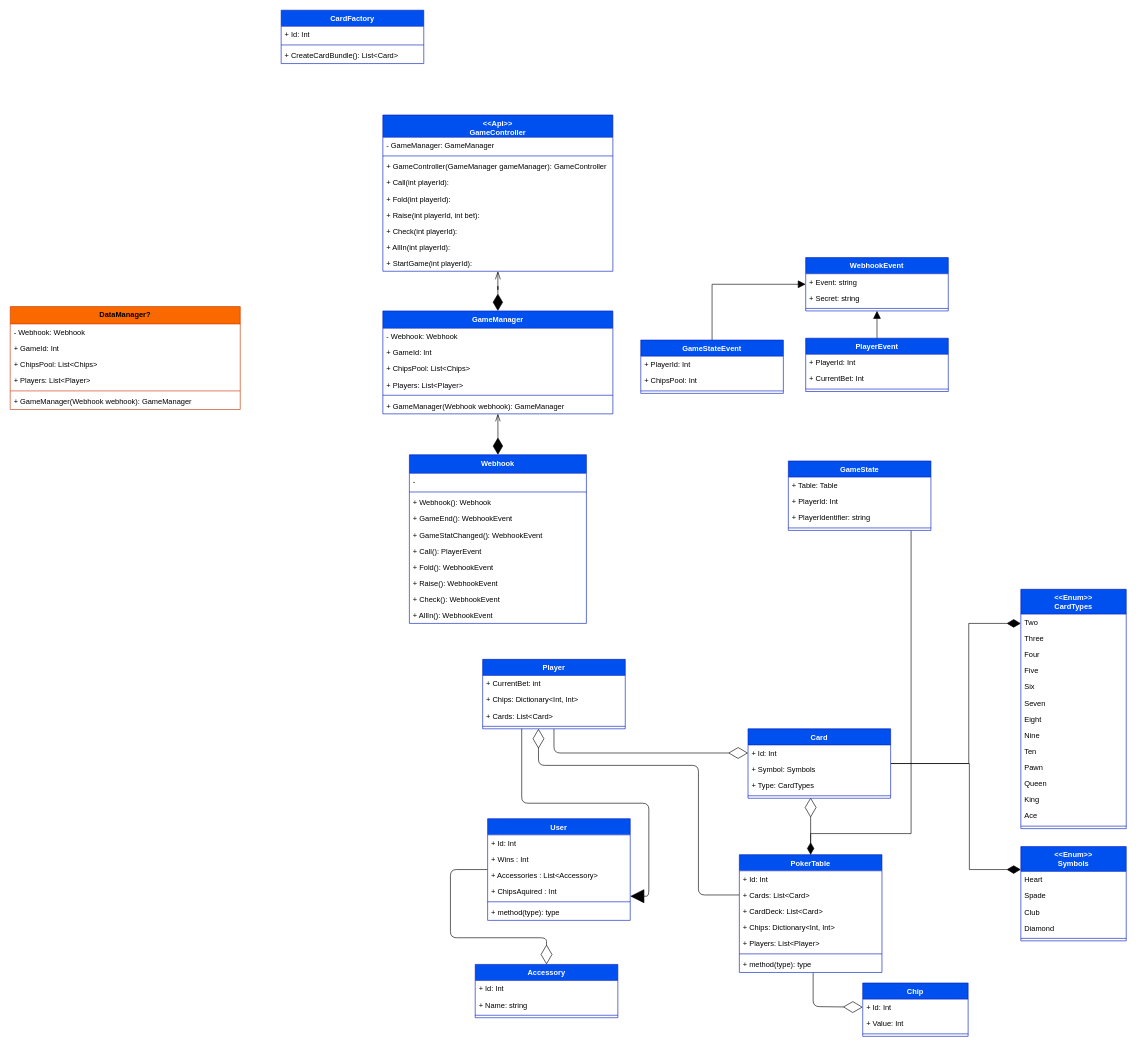
Before: ClassDiagram.drawio in KeanTech/PokerGameEngine, a draw.io diagram. Source tidied: cells renumbered, new cells numbered last; positions are measured from the earlier drawing's top-left corner, leaving out a move shared by most shapes. Both pictures are drawn from the tidied source at 62%, with x=0, y=0 at pixel (10, 10).
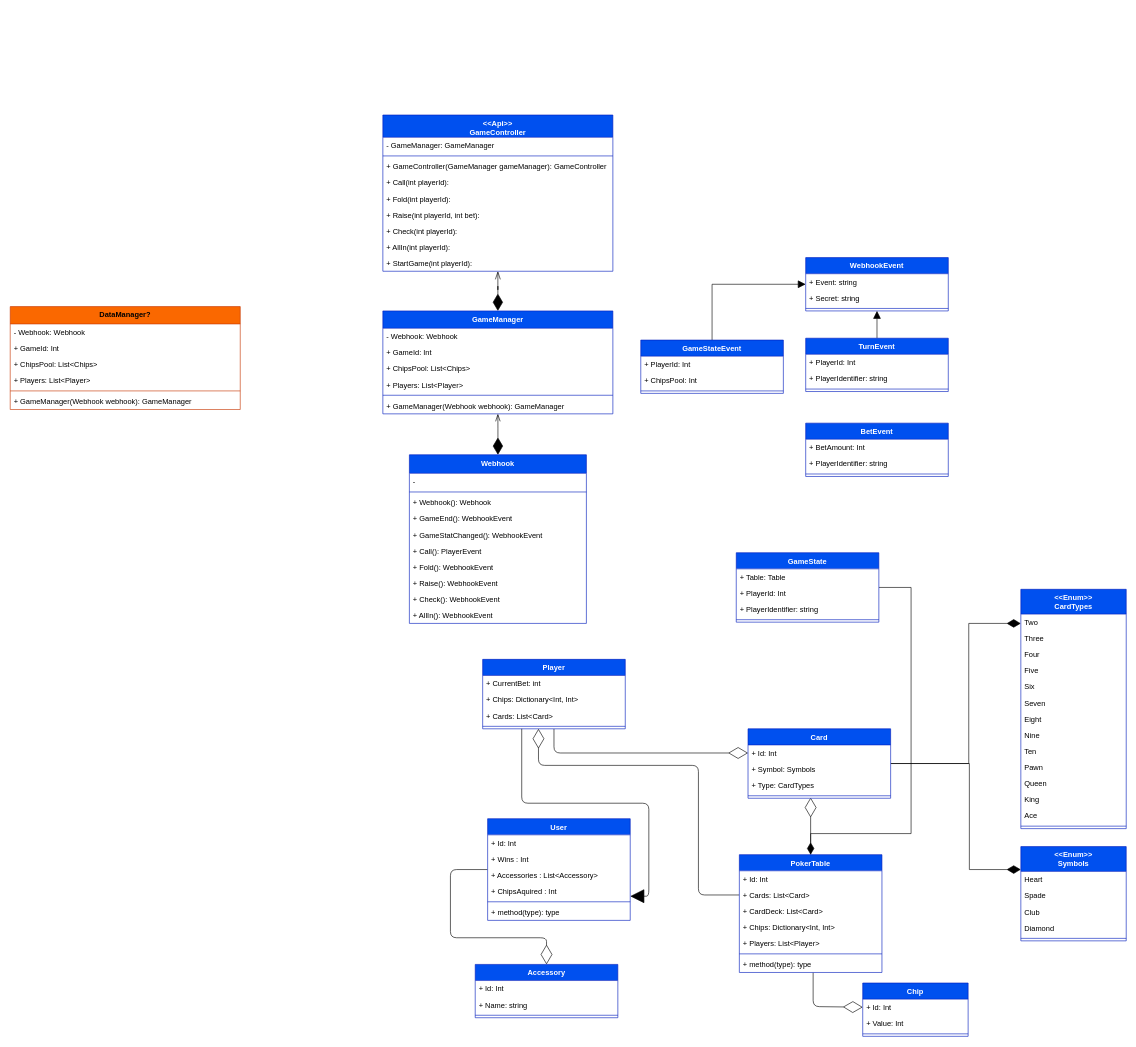
Above is the later version.

Commit message (it also covers changes not shown here):
Added TurnEvent class that BetEvent Inherits from

What changed in the source:
```diff
@@
-    <mxCell id="49" value="CardFactory" style="swimlane;fontStyle=1;align=center;verticalAlign=top;horizontal=1;startSize=26;fillColor=#0050ef;fontColor=#ffffff;strokeColor=#001DBC;swimlaneFillColor=default;rounded=0;" parent="1" vertex="1">
-      <mxGeometry x="437" width="230" height="86" as="geometry" />
-    </mxCell>
-    <mxCell id="50" value="+ Id: Int" style="text;strokeColor=none;fillColor=none;align=left;verticalAlign=top;spacingLeft=4;spacingRight=4;overflow=hidden;rounded=0;" parent="49" vertex="1">
-      <mxGeometry y="26" width="230" height="26" as="geometry" />
-    </mxCell>
-    <mxCell id="51" style="line;strokeWidth=1;fillColor=none;align=left;verticalAlign=middle;spacingTop=-1;spacingLeft=3;spacingRight=3;labelPosition=right;strokeColor=inherit;rounded=0;" parent="49" vertex="1">
-      <mxGeometry y="52" width="230" height="8" as="geometry" />
-    </mxCell>
-    <mxCell id="52" value="+ CreateCardBundle(): List&lt;Card&gt;" style="text;strokeColor=none;fillColor=none;align=left;verticalAlign=top;spacingLeft=4;spacingRight=4;overflow=hidden;rounded=0;" parent="49" vertex="1">
-      <mxGeometry y="60" width="230" height="26" as="geometry" />
-    </mxCell>
@@
-    <mxCell id="93" value="PlayerEvent" style="swimlane;fontStyle=1;align=center;verticalAlign=top;horizontal=1;startSize=26;fillColor=#0050ef;fontColor=#ffffff;strokeColor=#001DBC;swimlaneFillColor=default;rounded=0;" parent="1" vertex="1">
+    <mxCell id="93" value="TurnEvent" style="swimlane;fontStyle=1;align=center;verticalAlign=top;horizontal=1;startSize=26;fillColor=#0050ef;fontColor=#ffffff;strokeColor=#001DBC;swimlaneFillColor=default;rounded=0;" parent="1" vertex="1">
       <mxGeometry x="1283" y="529" width="230" height="86" as="geometry" />
     </mxCell>
@@
-    <mxCell id="95" value="+ CurrentBet: Int" style="text;strokeColor=none;fillColor=none;align=left;verticalAlign=top;spacingLeft=4;spacingRight=4;overflow=hidden;rounded=0;" parent="93" vertex="1">
+    <mxCell id="95" value="+ PlayerIdentifier: string" style="text;strokeColor=none;fillColor=none;align=left;verticalAlign=top;spacingLeft=4;spacingRight=4;overflow=hidden;rounded=0;" parent="93" vertex="1">
       <mxGeometry y="52" width="230" height="26" as="geometry" />
     </mxCell>
@@
     <mxCell id="120" value="GameState" style="swimlane;fontStyle=1;align=center;verticalAlign=top;horizontal=1;startSize=26;fillColor=#0050ef;fontColor=#ffffff;strokeColor=#001DBC;swimlaneFillColor=default;rounded=0;" parent="1" vertex="1">
-      <mxGeometry x="1255" y="727" width="230" height="112" as="geometry" />
+      <mxGeometry x="1171" y="875" width="230" height="112" as="geometry" />
     </mxCell>
@@
+    <mxCell id="125" value="BetEvent" style="swimlane;fontStyle=1;align=center;verticalAlign=top;horizontal=1;startSize=26;fillColor=#0050ef;fontColor=#ffffff;strokeColor=#001DBC;swimlaneFillColor=default;rounded=0;" parent="1" vertex="1">
+      <mxGeometry x="1283" y="666" width="230" height="86" as="geometry" />
+    </mxCell>
+    <mxCell id="126" value="+ BetAmount: Int" style="text;strokeColor=none;fillColor=none;align=left;verticalAlign=top;spacingLeft=4;spacingRight=4;overflow=hidden;rounded=0;" parent="125" vertex="1">
+      <mxGeometry y="26" width="230" height="26" as="geometry" />
+    </mxCell>
+    <mxCell id="127" value="+ PlayerIdentifier: string" style="text;strokeColor=none;fillColor=none;align=left;verticalAlign=top;spacingLeft=4;spacingRight=4;overflow=hidden;rounded=0;" parent="125" vertex="1">
+      <mxGeometry y="52" width="230" height="26" as="geometry" />
+    </mxCell>
+    <mxCell id="128" style="line;strokeWidth=1;fillColor=none;align=left;verticalAlign=middle;spacingTop=-1;spacingLeft=3;spacingRight=3;labelPosition=right;strokeColor=inherit;rounded=0;" parent="125" vertex="1">
+      <mxGeometry y="78" width="230" height="8" as="geometry" />
+    </mxCell>
```
